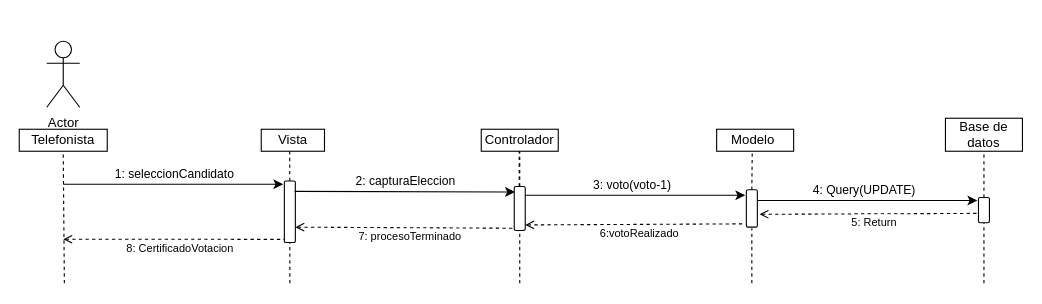
Andres-Nicolas/Diagramas keeps this draw.io diagram as pacial3.drawio. Above is the earlier version. Source tidied: cells renumbered, new cells numbered last; positions are measured from the earlier drawing's top-left corner, leaving out a move shared by most shapes. Both pictures are drawn from the tidied source at 110%, with x=0, y=0 at pixel (19, 41).
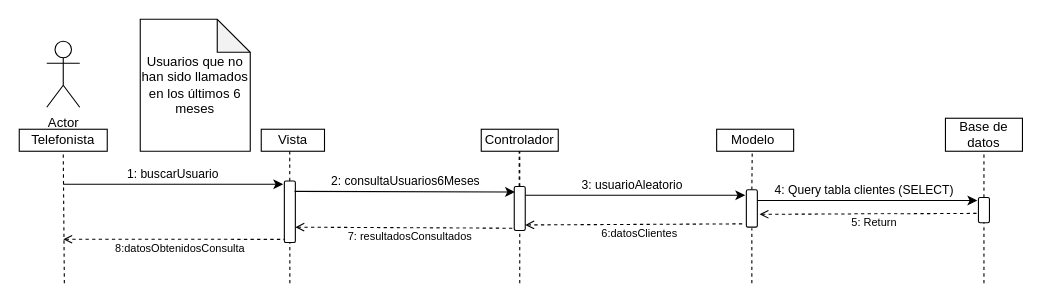
Above is the later version.

The change refers to these unchanged cells:
```xml
<mxCell id="7" style="endArrow=classic;html=1;rounded=0;" parent="1" edge="1">
  <mxGeometry relative="1" as="geometry">
    <mxPoint x="40" y="130" as="sourcePoint" />
    <mxPoint x="240" y="130" as="targetPoint" />
  </mxGeometry>
</mxCell>
<mxCell id="13" style="endArrow=classic;html=1;rounded=0;entryX=0.125;entryY=0.933;entryDx=0;entryDy=0;entryPerimeter=0;exitX=0.17;exitY=0.067;exitDx=0;exitDy=0;exitPerimeter=0;" parent="1" edge="1" source="10" target="16">
  <mxGeometry relative="1" as="geometry" />
</mxCell>
<mxCell id="17" style="endArrow=none;dashed=1;html=1;rounded=0;startArrow=open;startFill=0;exitX=0.75;exitY=0;exitDx=0;exitDy=0;" parent="1" edge="1" source="10">
  <mxGeometry relative="1" as="geometry">
    <mxPoint x="450" y="170" as="targetPoint" />
  </mxGeometry>
</mxCell>
<mxCell id="24" style="endArrow=classic;html=1;rounded=0;" parent="1" edge="1">
  <mxGeometry relative="1" as="geometry">
    <mxPoint x="460" y="140" as="sourcePoint" />
    <mxPoint x="660" y="140" as="targetPoint" />
  </mxGeometry>
</mxCell>
<mxCell id="27" style="endArrow=classic;html=1;rounded=0;" parent="1" edge="1">
  <mxGeometry relative="1" as="geometry">
    <mxPoint x="671" y="144.8" as="sourcePoint" />
    <mxPoint x="871" y="144.8" as="targetPoint" />
  </mxGeometry>
</mxCell>
<mxCell id="32" style="endArrow=none;dashed=1;html=1;rounded=0;startArrow=open;startFill=0;exitX=0.657;exitY=-0.2;exitDx=0;exitDy=0;exitPerimeter=0;" parent="1" edge="1">
  <mxGeometry relative="1" as="geometry">
    <mxPoint x="460" y="167" as="sourcePoint" />
    <mxPoint x="660" y="166" as="targetPoint" />
  </mxGeometry>
</mxCell>
<mxCell id="34" style="endArrow=none;dashed=1;html=1;rounded=0;startArrow=open;startFill=0;entryX=0.948;entryY=0.956;entryDx=0;entryDy=0;entryPerimeter=0;" parent="1" edge="1" target="10">
  <mxGeometry relative="1" as="geometry">
    <mxPoint x="40" y="180" as="sourcePoint" />
  </mxGeometry>
</mxCell>
```

Diff of the diagram source:
```diff
@@
-    <mxCell id="8" value="1: seleccionCandidato" style="edgeLabel;html=1;align=center;verticalAlign=middle;" parent="7" vertex="1">
+    <mxCell id="8" value="1: buscarUsuario&amp;nbsp;" style="edgeLabel;html=1;align=center;verticalAlign=middle;" parent="7" vertex="1">
       <mxGeometry x="-0.4" y="1" relative="1" as="geometry">
         <mxPoint x="40" y="-9" as="offset" />
       </mxGeometry>
     </mxCell>
@@
-    <mxCell id="14" value="2: capturaEleccion" style="edgeLabel;html=1;align=center;verticalAlign=middle;" parent="13" vertex="1">
+    <mxCell id="14" value="2: consultaUsuarios6Meses" style="edgeLabel;html=1;align=center;verticalAlign=middle;" parent="13" vertex="1">
       <mxGeometry x="-0.4" y="1" relative="1" as="geometry">
         <mxPoint x="40" y="-9" as="offset" />
       </mxGeometry>
     </mxCell>
@@
-    <mxCell id="18" value="&lt;font style=&quot;font-size: 10px;&quot;&gt;7: procesoTerminado&lt;/font&gt;" style="edgeLabel;html=1;align=center;verticalAlign=middle;" parent="17" vertex="1">
+    <mxCell id="18" value="&lt;font style=&quot;font-size: 10px;&quot;&gt;7: resultadosConsultados&lt;/font&gt;" style="edgeLabel;html=1;align=center;verticalAlign=middle;" parent="17" vertex="1">
       <mxGeometry x="0.14" y="-3" relative="1" as="geometry">
         <mxPoint x="-9" y="4" as="offset" />
       </mxGeometry>
     </mxCell>
@@
-    <mxCell id="25" value="3: voto(voto-1)" style="edgeLabel;html=1;align=center;verticalAlign=middle;" parent="24" vertex="1">
+    <mxCell id="25" value="3: usuarioAleatorio" style="edgeLabel;html=1;align=center;verticalAlign=middle;" parent="24" vertex="1">
       <mxGeometry x="-0.4" y="1" relative="1" as="geometry">
         <mxPoint x="36" y="-9" as="offset" />
       </mxGeometry>
     </mxCell>
@@
-    <mxCell id="28" value="4: Query(UPDATE)" style="edgeLabel;html=1;align=center;verticalAlign=middle;" parent="27" vertex="1">
+    <mxCell id="28" value="4: Query tabla clientes (SELECT)" style="edgeLabel;html=1;align=center;verticalAlign=middle;" parent="27" vertex="1">
       <mxGeometry x="-0.4" y="1" relative="1" as="geometry">
         <mxPoint x="36" y="-9" as="offset" />
       </mxGeometry>
     </mxCell>
@@
-    <mxCell id="33" value="&lt;font style=&quot;font-size: 10px;&quot;&gt;6:votoRealizado&amp;nbsp;&lt;/font&gt;" style="edgeLabel;html=1;align=center;verticalAlign=middle;" parent="32" vertex="1">
+    <mxCell id="33" value="&lt;font style=&quot;font-size: 10px;&quot;&gt;6:datosClientes&amp;nbsp;&lt;/font&gt;" style="edgeLabel;html=1;align=center;verticalAlign=middle;" parent="32" vertex="1">
       <mxGeometry x="0.14" y="-2" relative="1" as="geometry">
         <mxPoint x="-10" y="5" as="offset" />
       </mxGeometry>
     </mxCell>
@@
-    <mxCell id="35" value="&lt;font style=&quot;font-size: 10px;&quot;&gt;8: CertificadoVotacion&lt;/font&gt;" style="edgeLabel;html=1;align=center;verticalAlign=middle;" parent="34" vertex="1">
+    <mxCell id="35" value="&lt;font style=&quot;font-size: 10px;&quot;&gt;8:datosObtenidosConsulta&lt;/font&gt;" style="edgeLabel;html=1;align=center;verticalAlign=middle;" parent="34" vertex="1">
       <mxGeometry x="0.14" y="-3" relative="1" as="geometry">
         <mxPoint x="-9" y="4" as="offset" />
       </mxGeometry>
     </mxCell>
@@
+    <mxCell id="38" value="Usuarios que no han sido llamados en los últimos 6 meses" style="shape=note;whiteSpace=wrap;html=1;backgroundOutline=1;darkOpacity=0.05;" parent="1" vertex="1">
+      <mxGeometry x="110" y="-20" width="100" height="120" as="geometry" />
+    </mxCell>
```
